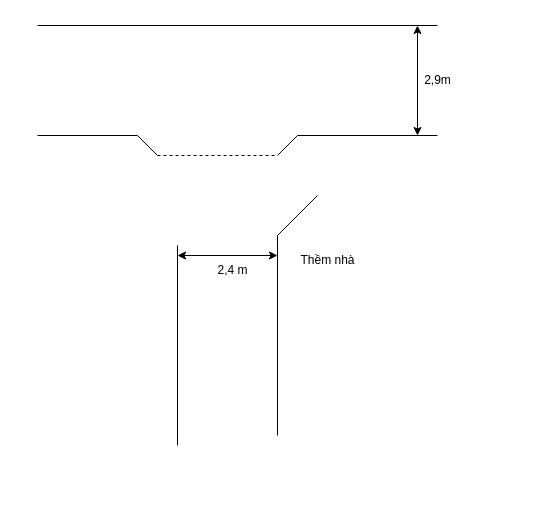
Earlier version of the draw.io diagram gate.drawio (QueenieeQ/diagram_io). Source tidied: cells renumbered, new cells numbered last; positions are measured from the earlier drawing's top-left corner, leaving out a move shared by most shapes. Both pictures are drawn from the tidied source at 100%, with x=0, y=0 at pixel (37, 25).
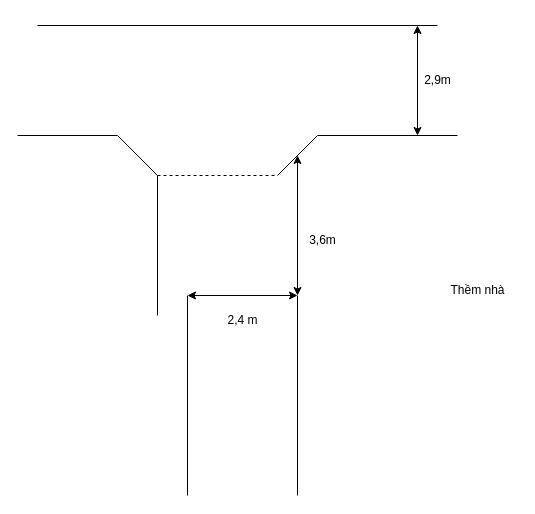
The same page after the edit.

The edit, as a diff of the source:
```diff
@@
     <mxCell id="3" style="endArrow=none;html=1;rounded=0;" parent="1" edge="1">
       <mxGeometry relative="1" as="geometry">
-        <mxPoint y="110" as="sourcePoint" />
-        <mxPoint x="100" y="110" as="targetPoint" />
+        <mxPoint x="-20" y="110" as="sourcePoint" />
+        <mxPoint x="80" y="110" as="targetPoint" />
       </mxGeometry>
     </mxCell>
     <mxCell id="4" style="endArrow=none;html=1;rounded=0;" parent="1" edge="1">
       <mxGeometry relative="1" as="geometry">
-        <mxPoint x="260" y="110" as="sourcePoint" />
-        <mxPoint x="400" y="110" as="targetPoint" />
+        <mxPoint x="280" y="110" as="sourcePoint" />
+        <mxPoint x="420" y="110" as="targetPoint" />
       </mxGeometry>
     </mxCell>
@@
     <mxCell id="7" style="endArrow=none;html=1;rounded=0;" parent="1" edge="1">
       <mxGeometry relative="1" as="geometry">
-        <mxPoint x="120" y="130" as="sourcePoint" />
-        <mxPoint x="100" y="110" as="targetPoint" />
+        <mxPoint x="120" y="150" as="sourcePoint" />
+        <mxPoint x="80" y="110" as="targetPoint" />
+        <Array as="points">
+          <mxPoint x="90" y="120" />
+        </Array>
       </mxGeometry>
     </mxCell>
     <mxCell id="8" style="endArrow=none;html=1;rounded=0;" parent="1" edge="1">
       <mxGeometry relative="1" as="geometry">
-        <mxPoint x="240" y="130" as="sourcePoint" />
-        <mxPoint x="260" y="110" as="targetPoint" />
+        <mxPoint x="240" y="150" as="sourcePoint" />
+        <mxPoint x="280" y="110" as="targetPoint" />
       </mxGeometry>
     </mxCell>
     <mxCell id="9" style="endArrow=none;dashed=1;html=1;rounded=0;" parent="1" edge="1">
       <mxGeometry relative="1" as="geometry">
-        <mxPoint x="120" y="130" as="sourcePoint" />
-        <mxPoint x="240" y="130" as="targetPoint" />
+        <mxPoint x="120" y="150" as="sourcePoint" />
+        <mxPoint x="240" y="150" as="targetPoint" />
       </mxGeometry>
     </mxCell>
     <mxCell id="10" style="endArrow=none;html=1;rounded=0;" parent="1" edge="1">
       <mxGeometry relative="1" as="geometry">
-        <mxPoint x="240" y="410" as="sourcePoint" />
-        <mxPoint x="240" y="210" as="targetPoint" />
+        <mxPoint x="260" y="470" as="sourcePoint" />
+        <mxPoint x="260" y="270" as="targetPoint" />
       </mxGeometry>
     </mxCell>
     <mxCell id="11" style="endArrow=none;html=1;rounded=0;" parent="1" edge="1">
       <mxGeometry relative="1" as="geometry">
-        <mxPoint x="140" y="420" as="sourcePoint" />
-        <mxPoint x="140" y="220" as="targetPoint" />
+        <mxPoint x="150" y="470" as="sourcePoint" />
+        <mxPoint x="150" y="270" as="targetPoint" />
       </mxGeometry>
     </mxCell>
-    <mxCell id="12" style="endArrow=none;html=1;rounded=0;" parent="1" edge="1">
-      <mxGeometry relative="1" as="geometry">
-        <mxPoint x="240" y="210" as="sourcePoint" />
-        <mxPoint x="280" y="170" as="targetPoint" />
-      </mxGeometry>
-    </mxCell>
     <mxCell id="13" style="endArrow=classic;startArrow=classic;html=1;rounded=0;" parent="1" edge="1">
       <mxGeometry relative="1" as="geometry">
-        <mxPoint x="140" y="230" as="sourcePoint" />
-        <mxPoint x="240" y="230" as="targetPoint" />
+        <mxPoint x="150" y="270" as="sourcePoint" />
+        <mxPoint x="260" y="270" as="targetPoint" />
       </mxGeometry>
     </mxCell>
     <mxCell id="14" value="2,4 m" style="text;html=1;align=center;verticalAlign=middle;strokeColor=none;fillColor=none;" parent="1" vertex="1">
-      <mxGeometry x="170" y="230" width="50" height="30" as="geometry" />
+      <mxGeometry x="180" y="280" width="50" height="30" as="geometry" />
     </mxCell>
     <mxCell id="15" value="Thềm nhà" style="text;html=1;align=center;verticalAlign=middle;strokeColor=none;fillColor=none;" parent="1" vertex="1">
-      <mxGeometry x="250" y="220" width="80" height="30" as="geometry" />
+      <mxGeometry x="400" y="250" width="80" height="30" as="geometry" />
     </mxCell>
+    <mxCell id="16" style="endArrow=classic;startArrow=classic;html=1;rounded=0;" parent="1" edge="1">
+      <mxGeometry relative="1" as="geometry">
+        <mxPoint x="260" y="270" as="sourcePoint" />
+        <mxPoint x="260" y="130" as="targetPoint" />
+      </mxGeometry>
+    </mxCell>
+    <mxCell id="17" value="3,6m" style="text;html=1;align=center;verticalAlign=middle;strokeColor=none;fillColor=none;" parent="1" vertex="1">
+      <mxGeometry x="260" y="200" width="50" height="30" as="geometry" />
+    </mxCell>
+    <mxCell id="18" style="endArrow=none;html=1;rounded=0;" parent="1" edge="1">
+      <mxGeometry relative="1" as="geometry">
+        <mxPoint x="120" y="290" as="sourcePoint" />
+        <mxPoint x="120" y="150" as="targetPoint" />
+      </mxGeometry>
+    </mxCell>
```
